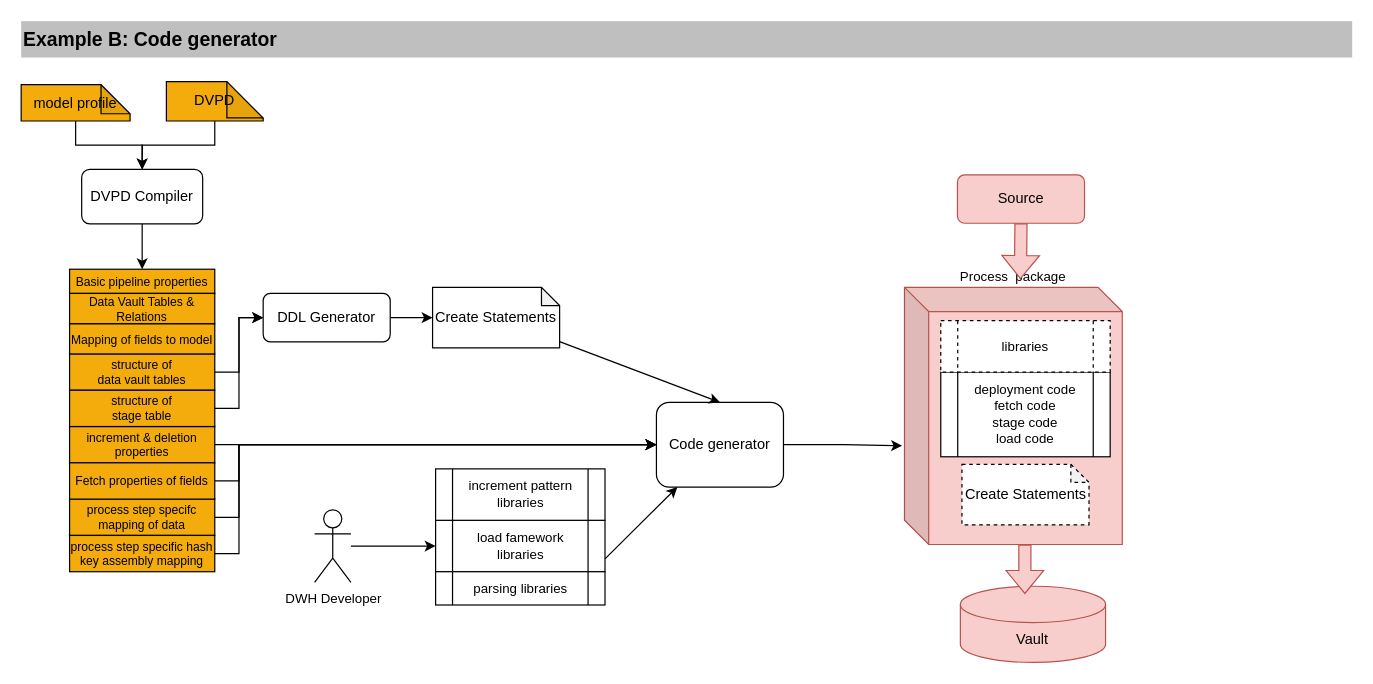
This is documentation/images/dvdp_based_processing_example_workflow_b.drawio from cimt-ag/data_vault_pipelinedescription, a draw.io file, before an edit. Source tidied: cells renumbered, new cells numbered last; positions are measured from the earlier drawing's top-left corner, leaving out a move shared by most shapes. Both pictures are drawn from the tidied source at 121%, with x=0, y=0 at pixel (21, 21).
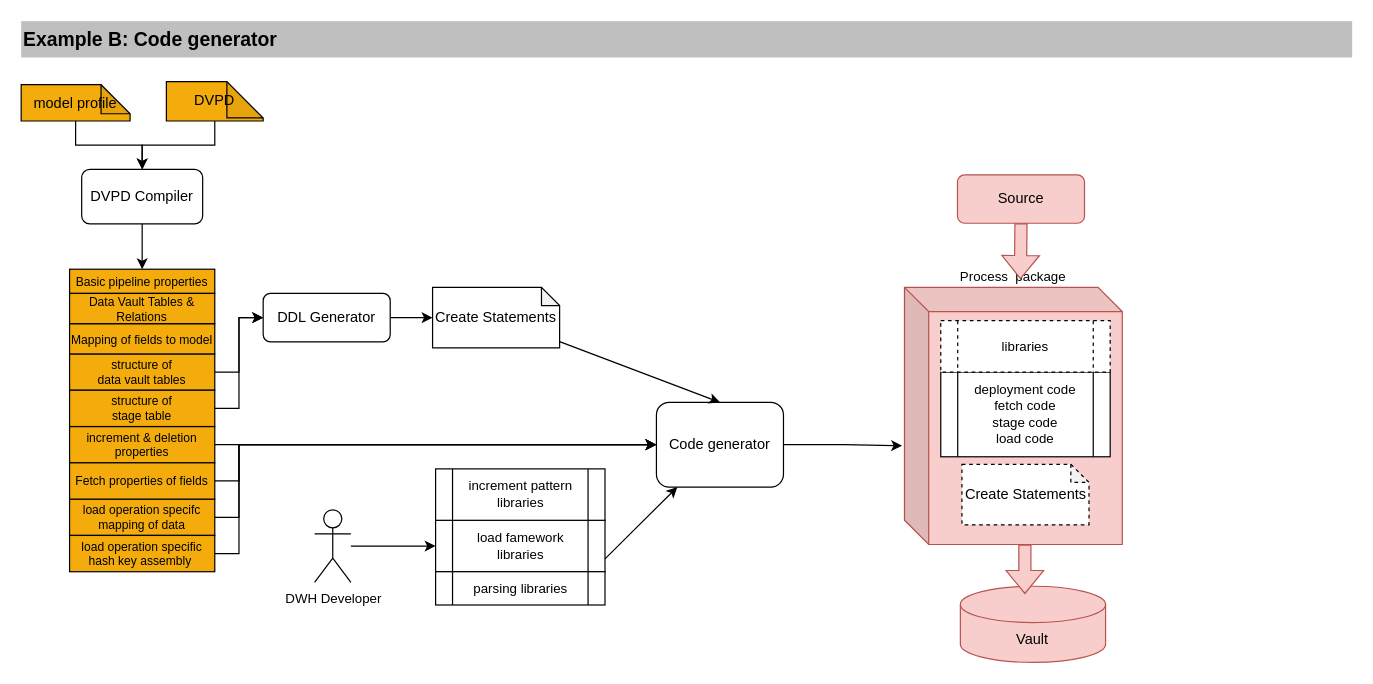
The same diagram, later.

Commit message (it also covers changes not shown here):
Completed Final review of development workflow scenarios

Change to the diagram source:
```diff
@@
-    <mxCell id="20" value="process step specifc mapping of data" style="rounded=0;whiteSpace=wrap;html=1;fillColor=#F3AC0C;gradientColor=none;fontSize=10;" parent="1" vertex="1">
+    <mxCell id="20" value="load operation specifc mapping of data" style="rounded=0;whiteSpace=wrap;html=1;fillColor=#F3AC0C;gradientColor=none;fontSize=10;" parent="1" vertex="1">
       <mxGeometry x="40" y="395" width="120" height="30" as="geometry" />
     </mxCell>
@@
-    <mxCell id="24" value="process step specific hash key assembly mapping" style="rounded=0;whiteSpace=wrap;html=1;fillColor=#F3AC0C;gradientColor=none;fontSize=10;" parent="1" vertex="1">
+    <mxCell id="24" value="load operation specific hash key assembly&amp;nbsp;" style="rounded=0;whiteSpace=wrap;html=1;fillColor=#F3AC0C;gradientColor=none;fontSize=10;" parent="1" vertex="1">
       <mxGeometry x="40" y="425" width="120" height="30" as="geometry" />
     </mxCell>
```
